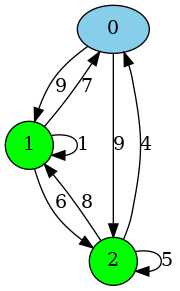
Above: grafos/grafic/graph.png in Ch0rip4m/Tarea_INFO145_2023 (Graphviz), before the change. Its source is kept beside it as grafos/grafic/graph.dot. Source of this version:
```dot
digraph G {
  0 [style=filled, fillcolor=skyblue, label="0"];
  1 [shape=circle, style=filled, fillcolor=green, label="1"];
  2 [shape=circle, style=filled, fillcolor=green, label="2"];
  0 -> 1 [label="9"];
  0 -> 2 [label="9"];
  1 -> 0 [label="7"];
  1 -> 2 [label="6"];
  1 -> 1 [label="1"];
  2 -> 0 [label="4"];
  2 -> 1 [label="8"];
  2 -> 2 [label="5"];
}
```
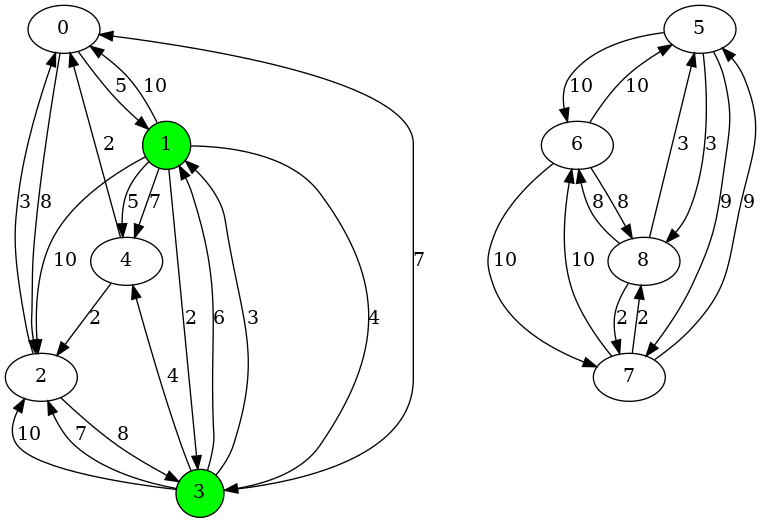
Later version of the same file.

Change to the diagram source:
```diff
@@ -1,13 +1,41 @@
 digraph G {
-  0 [style=filled, fillcolor=skyblue, label="0"];
-  1 [shape=circle, style=filled, fillcolor=green, label="1"];
-  2 [shape=circle, style=filled, fillcolor=green, label="2"];
-  0 -> 1 [label="9"];
-  0 -> 2 [label="9"];
-  1 -> 0 [label="7"];
-  1 -> 2 [label="6"];
-  1 -> 1 [label="1"];
-  2 -> 0 [label="4"];
-  2 -> 1 [label="8"];
-  2 -> 2 [label="5"];
+    0;
+    1 [shape=circle, style=filled, fillcolor=green];
+    2;
+    3 [shape=circle, style=filled, fillcolor=green];
+    4;
+    5;
+    6;
+    7;
+    8;
+    0 -> 1 [label="5"];
+    0 -> 2 [label="8"];
+    1 -> 4 [label="7"];
+    1 -> 3 [label="4"];
+    1 -> 0 [label="10"];
+    1 -> 2 [label="10"];
+    1 -> 3 [label="2"];
+    1 -> 4 [label="5"];
+    2 -> 3 [label="8"];
+    2 -> 0 [label="3"];
+    3 -> 1 [label="6"];
+    3 -> 2 [label="10"];
+    3 -> 0 [label="7"];
+    3 -> 1 [label="3"];
+    3 -> 2 [label="7"];
+    3 -> 4 [label="4"];
+    4 -> 2 [label="2"];
+    4 -> 0 [label="2"];
+    5 -> 6 [label="10"];
+    5 -> 7 [label="9"];
+    5 -> 8 [label="3"];
+    6 -> 5 [label="10"];
+    6 -> 7 [label="10"];
+    6 -> 8 [label="8"];
+    7 -> 5 [label="9"];
+    7 -> 6 [label="10"];
+    7 -> 8 [label="2"];
+    8 -> 5 [label="3"];
+    8 -> 6 [label="8"];
+    8 -> 7 [label="2"];
 }
```
